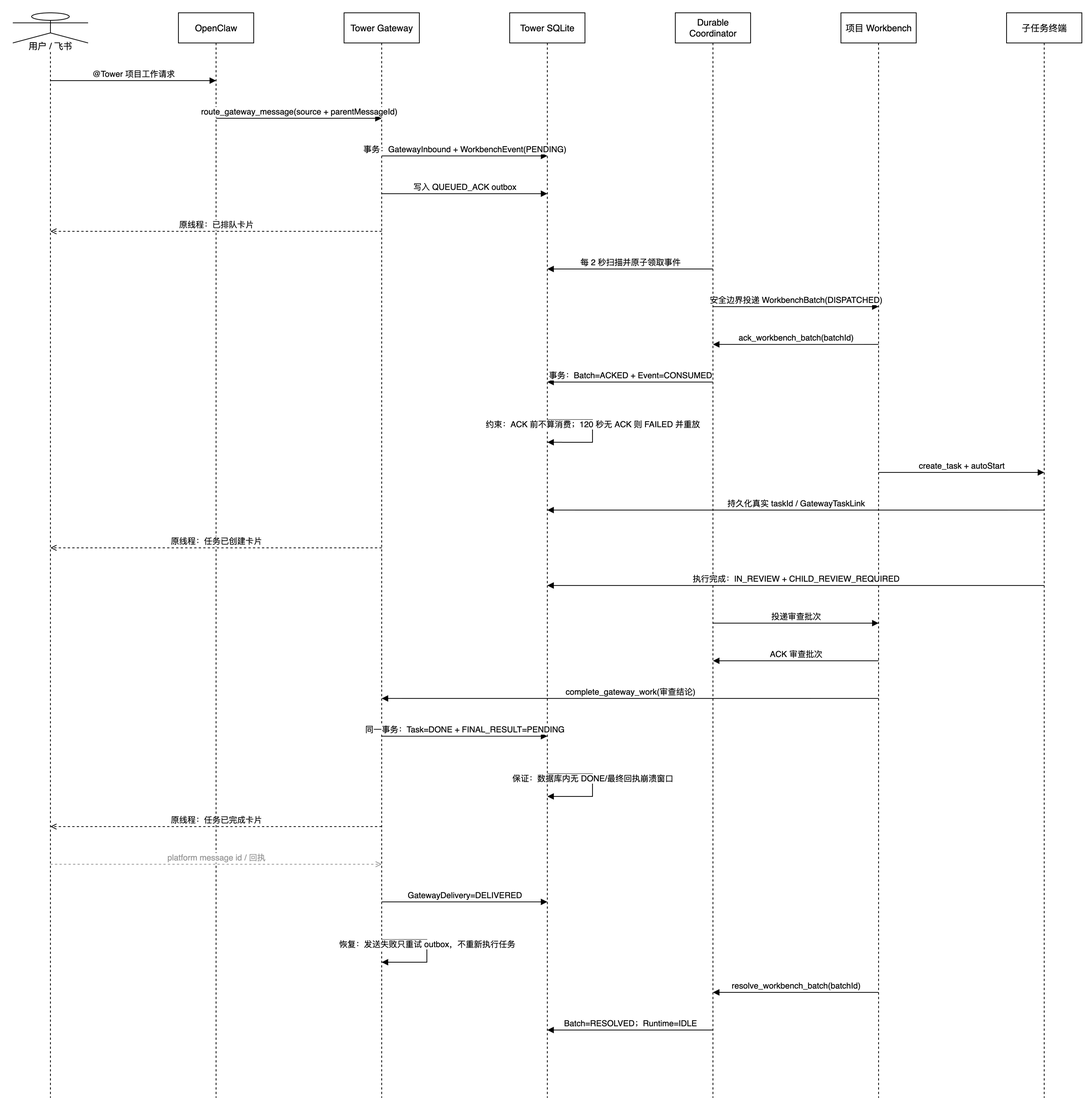
Above: docs/diagrams/workbench-gateway-sequence.drawio.png in jp-liu/tower (draw.io), before the change. Source tidied: cells renumbered, new cells last; positions are measured from the earlier drawing's top-left corner, leaving out a move shared by most shapes. Source of this version:
```xml
<mxGraphModel>
  <root>
    <mxCell id="0" />
    <mxCell id="1" parent="0" />
    <mxCell id="2" value="用户 / 飞书" style="shape=umlLifeline;perimeter=lifelinePerimeter;whiteSpace=wrap;html=1;outlineConnect=0;portConstraint=eastwest;size=40;participant=umlActor;verticalAlign=bottom;spacingBottom=-14;labelBackgroundColor=#ffffff;" parent="1" vertex="1">
      <mxGeometry width="100" height="1440" as="geometry" />
    </mxCell>
    <mxCell id="3" value="OpenClaw" style="shape=umlLifeline;perimeter=lifelinePerimeter;whiteSpace=wrap;html=1;outlineConnect=0;portConstraint=eastwest;size=40;" parent="1" vertex="1">
      <mxGeometry x="220" width="100" height="1440" as="geometry" />
    </mxCell>
    <mxCell id="4" value="Tower Gateway" style="shape=umlLifeline;perimeter=lifelinePerimeter;whiteSpace=wrap;html=1;outlineConnect=0;portConstraint=eastwest;size=40;" parent="1" vertex="1">
      <mxGeometry x="440" width="100" height="1440" as="geometry" />
    </mxCell>
    <mxCell id="5" value="Tower SQLite" style="shape=umlLifeline;perimeter=lifelinePerimeter;whiteSpace=wrap;html=1;outlineConnect=0;portConstraint=eastwest;size=40;" parent="1" vertex="1">
      <mxGeometry x="660" width="100" height="1440" as="geometry" />
    </mxCell>
    <mxCell id="6" value="Durable Coordinator" style="shape=umlLifeline;perimeter=lifelinePerimeter;whiteSpace=wrap;html=1;outlineConnect=0;portConstraint=eastwest;size=40;" parent="1" vertex="1">
      <mxGeometry x="880" width="100" height="1440" as="geometry" />
    </mxCell>
    <mxCell id="7" value="项目 Workbench" style="shape=umlLifeline;perimeter=lifelinePerimeter;whiteSpace=wrap;html=1;outlineConnect=0;portConstraint=eastwest;size=40;" parent="1" vertex="1">
      <mxGeometry x="1100" width="100" height="1440" as="geometry" />
    </mxCell>
    <mxCell id="8" value="子任务终端" style="shape=umlLifeline;perimeter=lifelinePerimeter;whiteSpace=wrap;html=1;outlineConnect=0;portConstraint=eastwest;size=40;" parent="1" vertex="1">
      <mxGeometry x="1320" width="100" height="1440" as="geometry" />
    </mxCell>
    <mxCell id="9" value="@Tower 项目工作请求" style="html=1;verticalAlign=bottom;endArrow=block;curved=0;rounded=0;exitX=0.5;exitY=0.0625;entryX=0.5;entryY=0.0625;" parent="1" edge="1" source="2" target="3">
      <mxGeometry relative="1" as="geometry" />
    </mxCell>
    <mxCell id="10" value="route_gateway_message(source + parentMessageId)" style="html=1;verticalAlign=bottom;endArrow=block;curved=0;rounded=0;exitX=0.5;exitY=0.0972;entryX=0.5;entryY=0.0972;" parent="1" edge="1" source="3" target="4">
      <mxGeometry relative="1" as="geometry" />
    </mxCell>
    <mxCell id="11" value="事务：GatewayInbound + WorkbenchEvent(PENDING)" style="html=1;verticalAlign=bottom;endArrow=block;curved=0;rounded=0;exitX=0.5;exitY=0.1319;entryX=0.5;entryY=0.1319;" parent="1" edge="1" source="4" target="5">
      <mxGeometry relative="1" as="geometry" />
    </mxCell>
    <mxCell id="12" value="写入 QUEUED_ACK outbox" style="html=1;verticalAlign=bottom;endArrow=block;curved=0;rounded=0;exitX=0.5;exitY=0.1667;entryX=0.5;entryY=0.1667;" parent="1" edge="1" source="4" target="5">
      <mxGeometry relative="1" as="geometry" />
    </mxCell>
    <mxCell id="13" value="原线程：已排队卡片" style="html=1;verticalAlign=bottom;endArrow=open;dashed=1;curved=0;rounded=0;exitX=0.5;exitY=0.2014;entryX=0.5;entryY=0.2014;" parent="1" edge="1" source="4" target="2">
      <mxGeometry relative="1" as="geometry" />
    </mxCell>
    <mxCell id="14" value="每 2 秒扫描并原子领取事件" style="html=1;verticalAlign=bottom;endArrow=block;curved=0;rounded=0;exitX=0.5;exitY=0.2361;entryX=0.5;entryY=0.2361;" parent="1" edge="1" source="6" target="5">
      <mxGeometry relative="1" as="geometry" />
    </mxCell>
    <mxCell id="15" value="安全边界投递 WorkbenchBatch(DISPATCHED)" style="html=1;verticalAlign=bottom;endArrow=block;curved=0;rounded=0;exitX=0.5;exitY=0.2708;entryX=0.5;entryY=0.2708;" parent="1" edge="1" source="6" target="7">
      <mxGeometry relative="1" as="geometry" />
    </mxCell>
    <mxCell id="16" value="ack_workbench_batch(batchId)" style="html=1;verticalAlign=bottom;endArrow=block;curved=0;rounded=0;exitX=0.5;exitY=0.3056;entryX=0.5;entryY=0.3056;" parent="1" edge="1" source="7" target="6">
      <mxGeometry relative="1" as="geometry" />
    </mxCell>
    <mxCell id="17" value="事务：Batch=ACKED + Event=CONSUMED" style="html=1;verticalAlign=bottom;endArrow=block;curved=0;rounded=0;exitX=0.5;exitY=0.3403;entryX=0.5;entryY=0.3403;" parent="1" edge="1" source="6" target="5">
      <mxGeometry relative="1" as="geometry" />
    </mxCell>
    <mxCell id="18" value="约束：ACK 前不算消费；120 秒无 ACK 则 FAILED 并重放" style="html=1;verticalAlign=bottom;endArrow=block;curved=0;rounded=0;exitX=0.5;exitY=0.375;entryX=0.5;entryY=0.3958;" parent="1" edge="1" source="5" target="5">
      <mxGeometry relative="1" as="geometry">
        <Array as="points">
          <mxPoint x="770" y="540" />
          <mxPoint x="770" y="570" />
        </Array>
      </mxGeometry>
    </mxCell>
    <mxCell id="19" value="create_task + autoStart" style="html=1;verticalAlign=bottom;endArrow=block;curved=0;rounded=0;exitX=0.5;exitY=0.4236;entryX=0.5;entryY=0.4236;" parent="1" edge="1" source="7" target="8">
      <mxGeometry relative="1" as="geometry" />
    </mxCell>
    <mxCell id="20" value="持久化真实 taskId / GatewayTaskLink" style="html=1;verticalAlign=bottom;endArrow=block;curved=0;rounded=0;exitX=0.5;exitY=0.4583;entryX=0.5;entryY=0.4583;" parent="1" edge="1" source="8" target="5">
      <mxGeometry relative="1" as="geometry" />
    </mxCell>
    <mxCell id="21" value="原线程：任务已创建卡片" style="html=1;verticalAlign=bottom;endArrow=open;dashed=1;curved=0;rounded=0;exitX=0.5;exitY=0.4931;entryX=0.5;entryY=0.4931;" parent="1" edge="1" source="4" target="2">
      <mxGeometry relative="1" as="geometry" />
    </mxCell>
    <mxCell id="22" value="执行完成：IN_REVIEW + CHILD_REVIEW_REQUIRED" style="html=1;verticalAlign=bottom;endArrow=block;curved=0;rounded=0;exitX=0.5;exitY=0.5278;entryX=0.5;entryY=0.5278;" parent="1" edge="1" source="8" target="5">
      <mxGeometry relative="1" as="geometry" />
    </mxCell>
    <mxCell id="23" value="投递审查批次" style="html=1;verticalAlign=bottom;endArrow=block;curved=0;rounded=0;exitX=0.5;exitY=0.5625;entryX=0.5;entryY=0.5625;" parent="1" edge="1" source="6" target="7">
      <mxGeometry relative="1" as="geometry" />
    </mxCell>
    <mxCell id="24" value="ACK 审查批次" style="html=1;verticalAlign=bottom;endArrow=block;curved=0;rounded=0;exitX=0.5;exitY=0.5972;entryX=0.5;entryY=0.5972;" parent="1" edge="1" source="7" target="6">
      <mxGeometry relative="1" as="geometry" />
    </mxCell>
    <mxCell id="25" value="complete_gateway_work(审查结论)" style="html=1;verticalAlign=bottom;endArrow=block;curved=0;rounded=0;exitX=0.5;exitY=0.6319;entryX=0.5;entryY=0.6319;" parent="1" edge="1" source="7" target="4">
      <mxGeometry relative="1" as="geometry" />
    </mxCell>
    <mxCell id="26" value="同一事务：Task=DONE + FINAL_RESULT=PENDING" style="html=1;verticalAlign=bottom;endArrow=block;curved=0;rounded=0;exitX=0.5;exitY=0.6667;entryX=0.5;entryY=0.6667;" parent="1" edge="1" source="4" target="5">
      <mxGeometry relative="1" as="geometry" />
    </mxCell>
    <mxCell id="27" value="保证：数据库内无 DONE/最终回执崩溃窗口" style="html=1;verticalAlign=bottom;endArrow=block;curved=0;rounded=0;exitX=0.5;exitY=0.7014;entryX=0.5;entryY=0.7222;" parent="1" edge="1" source="5" target="5">
      <mxGeometry relative="1" as="geometry">
        <Array as="points">
          <mxPoint x="770" y="1010" />
          <mxPoint x="770" y="1040" />
        </Array>
      </mxGeometry>
    </mxCell>
    <mxCell id="28" value="原线程：任务已完成卡片" style="html=1;verticalAlign=bottom;endArrow=open;dashed=1;curved=0;rounded=0;exitX=0.5;exitY=0.75;entryX=0.5;entryY=0.75;" parent="1" edge="1" source="4" target="2">
      <mxGeometry relative="1" as="geometry" />
    </mxCell>
    <mxCell id="29" value="platform message id / 回执" style="html=1;verticalAlign=bottom;endArrow=open;dashed=1;curved=0;rounded=0;strokeColor=#999999;fontColor=#999999;exitX=0.5;exitY=0.7847;entryX=0.5;entryY=0.7847;" parent="1" edge="1" source="2" target="4">
      <mxGeometry relative="1" as="geometry" />
    </mxCell>
    <mxCell id="30" value="GatewayDelivery=DELIVERED" style="html=1;verticalAlign=bottom;endArrow=block;curved=0;rounded=0;exitX=0.5;exitY=0.8194;entryX=0.5;entryY=0.8194;" parent="1" edge="1" source="4" target="5">
      <mxGeometry relative="1" as="geometry" />
    </mxCell>
    <mxCell id="31" value="恢复：发送失败只重试 outbox，不重新执行任务" style="html=1;verticalAlign=bottom;endArrow=block;curved=0;rounded=0;exitX=0.5;exitY=0.8542;entryX=0.5;entryY=0.875;" parent="1" edge="1" source="4" target="4">
      <mxGeometry relative="1" as="geometry">
        <Array as="points">
          <mxPoint x="550" y="1230" />
          <mxPoint x="550" y="1260" />
        </Array>
      </mxGeometry>
    </mxCell>
    <mxCell id="32" value="resolve_workbench_batch(batchId)" style="html=1;verticalAlign=bottom;endArrow=block;curved=0;rounded=0;exitX=0.5;exitY=0.9028;entryX=0.5;entryY=0.9028;" parent="1" edge="1" source="7" target="6">
      <mxGeometry relative="1" as="geometry" />
    </mxCell>
    <mxCell id="33" value="Batch=RESOLVED；Runtime=IDLE" style="html=1;verticalAlign=bottom;endArrow=block;curved=0;rounded=0;exitX=0.5;exitY=0.9375;entryX=0.5;entryY=0.9375;" parent="1" edge="1" source="6" target="5">
      <mxGeometry relative="1" as="geometry" />
    </mxCell>
  </root>
</mxGraphModel>
```
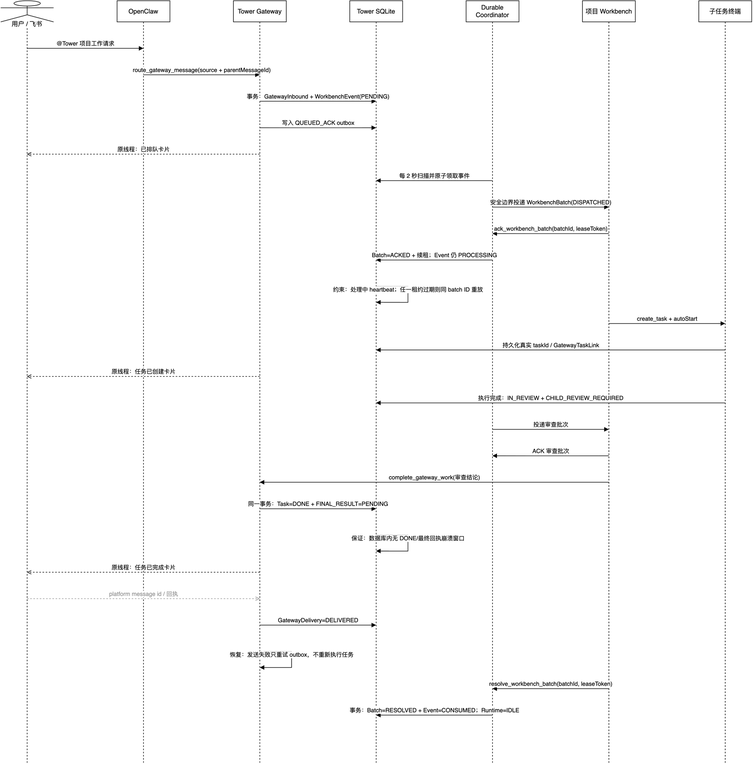
The same diagram one commit later.

Diff of the diagram source:
```diff
@@ -44,13 +44,13 @@
     <mxCell id="15" value="安全边界投递 WorkbenchBatch(DISPATCHED)" style="html=1;verticalAlign=bottom;endArrow=block;curved=0;rounded=0;exitX=0.5;exitY=0.2708;entryX=0.5;entryY=0.2708;" parent="1" edge="1" source="6" target="7">
       <mxGeometry relative="1" as="geometry" />
     </mxCell>
-    <mxCell id="16" value="ack_workbench_batch(batchId)" style="html=1;verticalAlign=bottom;endArrow=block;curved=0;rounded=0;exitX=0.5;exitY=0.3056;entryX=0.5;entryY=0.3056;" parent="1" edge="1" source="7" target="6">
+    <mxCell id="16" value="ack_workbench_batch(batchId, leaseToken)" style="html=1;verticalAlign=bottom;endArrow=block;curved=0;rounded=0;exitX=0.5;exitY=0.3056;entryX=0.5;entryY=0.3056;" parent="1" edge="1" source="7" target="6">
       <mxGeometry relative="1" as="geometry" />
     </mxCell>
-    <mxCell id="17" value="事务：Batch=ACKED + Event=CONSUMED" style="html=1;verticalAlign=bottom;endArrow=block;curved=0;rounded=0;exitX=0.5;exitY=0.3403;entryX=0.5;entryY=0.3403;" parent="1" edge="1" source="6" target="5">
+    <mxCell id="17" value="Batch=ACKED + 续租；Event 仍 PROCESSING" style="html=1;verticalAlign=bottom;endArrow=block;curved=0;rounded=0;exitX=0.5;exitY=0.3403;entryX=0.5;entryY=0.3403;" parent="1" edge="1" source="6" target="5">
       <mxGeometry relative="1" as="geometry" />
     </mxCell>
-    <mxCell id="18" value="约束：ACK 前不算消费；120 秒无 ACK 则 FAILED 并重放" style="html=1;verticalAlign=bottom;endArrow=block;curved=0;rounded=0;exitX=0.5;exitY=0.375;entryX=0.5;entryY=0.3958;" parent="1" edge="1" source="5" target="5">
+    <mxCell id="18" value="约束：处理中 heartbeat；任一租约过期则同 batch ID 重放" style="html=1;verticalAlign=bottom;endArrow=block;curved=0;rounded=0;exitX=0.5;exitY=0.375;entryX=0.5;entryY=0.3958;" parent="1" edge="1" source="5" target="5">
       <mxGeometry relative="1" as="geometry">
         <Array as="points">
           <mxPoint x="770" y="540" />
@@ -107,10 +107,10 @@
         </Array>
       </mxGeometry>
     </mxCell>
-    <mxCell id="32" value="resolve_workbench_batch(batchId)" style="html=1;verticalAlign=bottom;endArrow=block;curved=0;rounded=0;exitX=0.5;exitY=0.9028;entryX=0.5;entryY=0.9028;" parent="1" edge="1" source="7" target="6">
+    <mxCell id="32" value="resolve_workbench_batch(batchId, leaseToken)" style="html=1;verticalAlign=bottom;endArrow=block;curved=0;rounded=0;exitX=0.5;exitY=0.9028;entryX=0.5;entryY=0.9028;" parent="1" edge="1" source="7" target="6">
       <mxGeometry relative="1" as="geometry" />
     </mxCell>
-    <mxCell id="33" value="Batch=RESOLVED；Runtime=IDLE" style="html=1;verticalAlign=bottom;endArrow=block;curved=0;rounded=0;exitX=0.5;exitY=0.9375;entryX=0.5;entryY=0.9375;" parent="1" edge="1" source="6" target="5">
+    <mxCell id="33" value="事务：Batch=RESOLVED + Event=CONSUMED；Runtime=IDLE" style="html=1;verticalAlign=bottom;endArrow=block;curved=0;rounded=0;exitX=0.5;exitY=0.9375;entryX=0.5;entryY=0.9375;" parent="1" edge="1" source="6" target="5">
       <mxGeometry relative="1" as="geometry" />
     </mxCell>
   </root>
```
